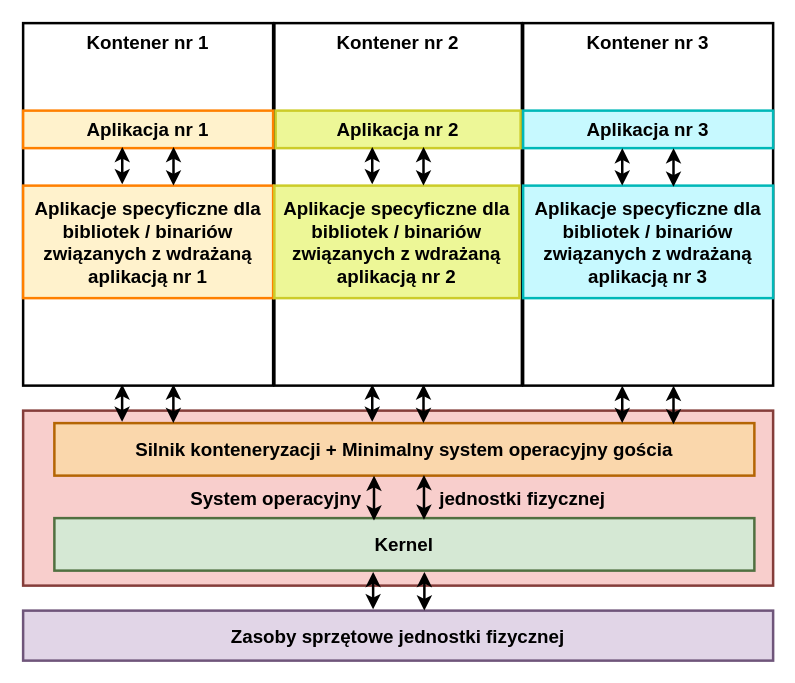
pabloducato/draw.io keeps this draw.io diagram as Contenerization Diagram.drawio. Above is the earlier version. Source tidied: cells renumbered, new cells numbered last; positions are measured from the earlier drawing's top-left corner, leaving out a move shared by most shapes. Both pictures are drawn from the tidied source at 125%, with x=0, y=0 at pixel (22, 22).
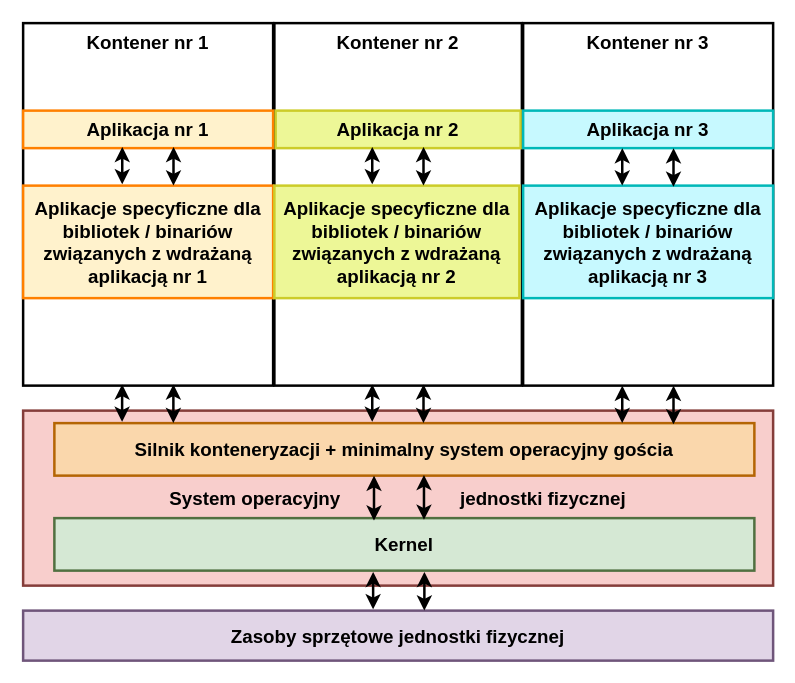
Above is the later version.

The edit, as a diff of the source:
```diff
@@
-    <mxCell id="6" value="System operacyjny&amp;nbsp; &amp;nbsp; &amp;nbsp; &amp;nbsp; &amp;nbsp; &amp;nbsp; &amp;nbsp; &amp;nbsp;jednostki fizycznej" style="rounded=0;whiteSpace=wrap;html=1;fontStyle=1;fontSize=15;fillColor=#f8cecc;strokeWidth=2;strokeColor=#853D3A;verticalAlign=middle;" parent="1" vertex="1">
+    <mxCell id="6" value="System operacyjny&amp;nbsp; &amp;nbsp; &amp;nbsp; &amp;nbsp; &amp;nbsp; &amp;nbsp; &amp;nbsp; &amp;nbsp; &amp;nbsp; &amp;nbsp; &amp;nbsp; &amp;nbsp;jednostki fizycznej" style="rounded=0;whiteSpace=wrap;html=1;fontStyle=1;fontSize=15;fillColor=#f8cecc;strokeWidth=2;strokeColor=#853D3A;verticalAlign=middle;" parent="1" vertex="1">
       <mxGeometry y="310" width="600" height="140" as="geometry" />
     </mxCell>
@@
-    <mxCell id="8" value="&lt;font color=&quot;#000000&quot;&gt;Silnik konteneryzacji + Minimalny system operacyjny gościa&lt;/font&gt;" style="rounded=0;whiteSpace=wrap;html=1;fontStyle=1;fontSize=15;strokeWidth=2;fillColor=#fad7ac;strokeColor=#b46504;" parent="1" vertex="1">
+    <mxCell id="8" value="&lt;font color=&quot;#000000&quot;&gt;Silnik konteneryzacji + minimalny system operacyjny gościa&lt;/font&gt;" style="rounded=0;whiteSpace=wrap;html=1;fontStyle=1;fontSize=15;strokeWidth=2;fillColor=#fad7ac;strokeColor=#b46504;" parent="1" vertex="1">
       <mxGeometry x="25" y="320" width="560" height="42" as="geometry" />
     </mxCell>
```
